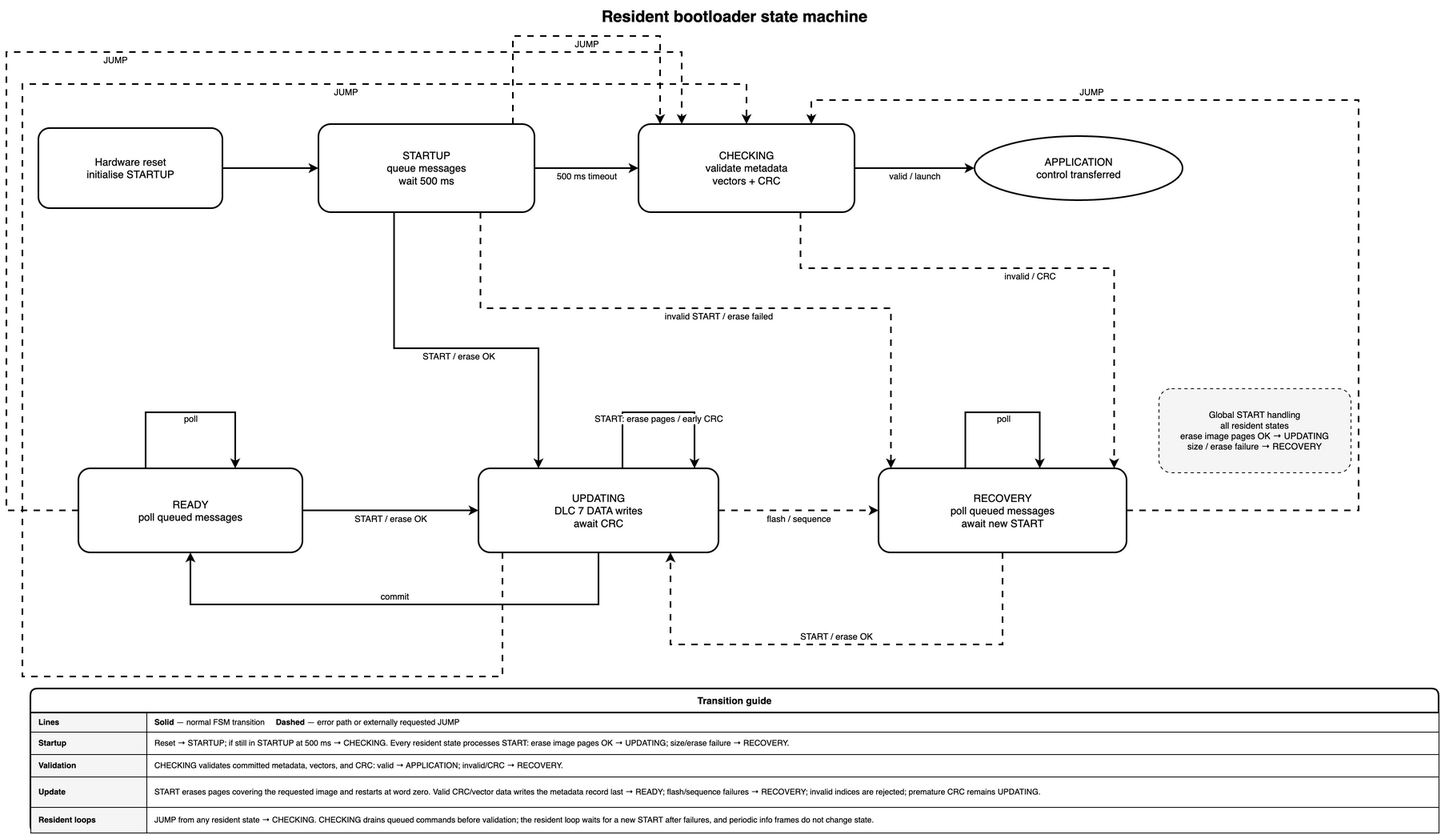
This is firmware/source/bootloader/bootloader_state_machine.drawio.png from PurdueElectricRacing/monorepo, a draw.io export, as it was before one commit. Source tidied: cells renumbered, new cells last; positions are measured from the earlier drawing's top-left corner, leaving out a move shared by most shapes.
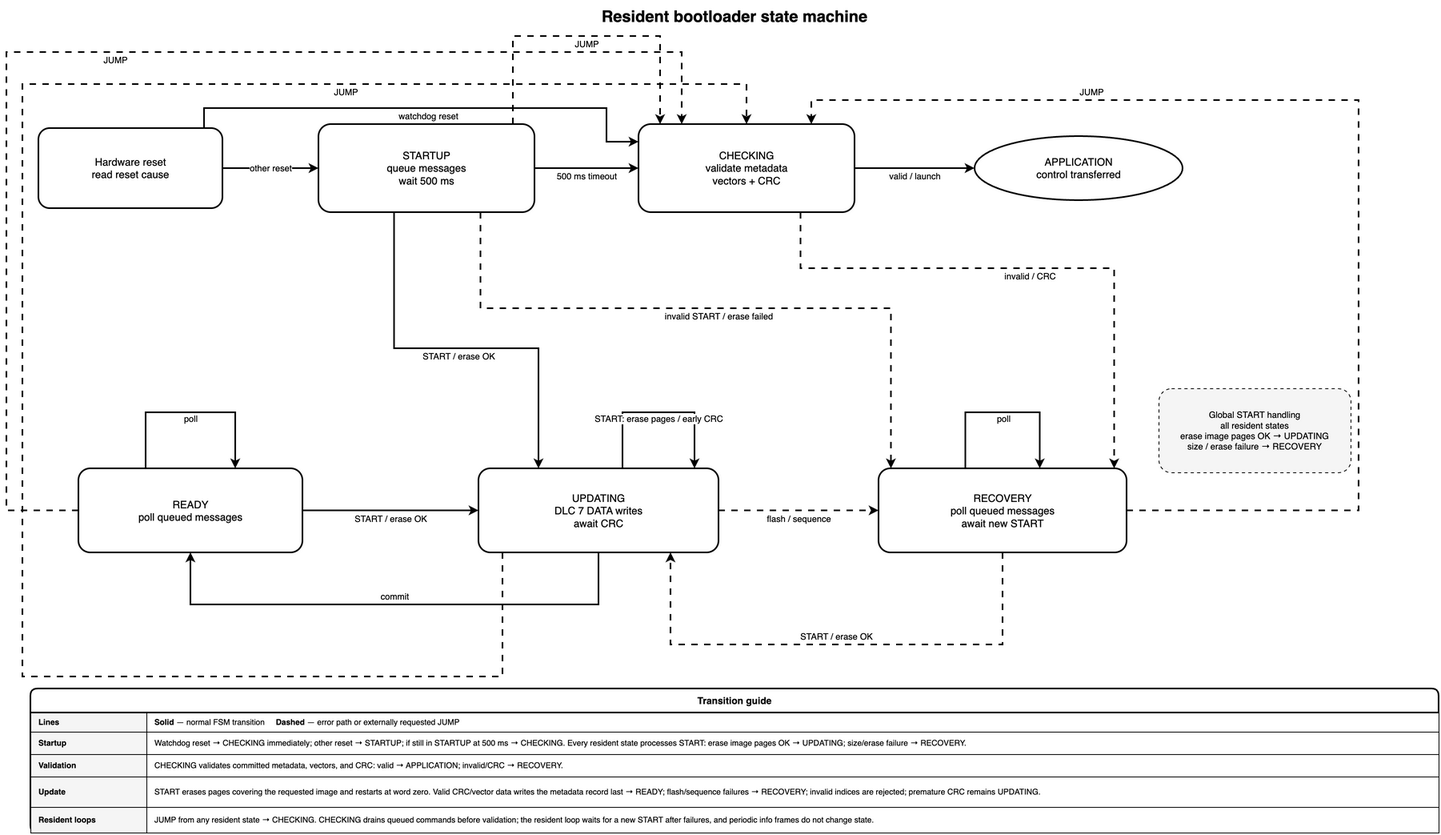
The same diagram one commit later.

Commit message:
Boot applications immediately after watchdog resets

Change to the diagram source:
```diff
@@ -5,7 +5,7 @@
     <mxCell id="2" value="Resident bootloader state machine" style="text;html=1;whiteSpace=wrap;align=center;verticalAlign=middle;fontSize=20;fontStyle=1;" parent="1" vertex="1">
       <mxGeometry x="550" width="720" height="40" as="geometry" />
     </mxCell>
-    <mxCell id="3" value="Hardware reset&lt;br&gt;initialise STARTUP" style="rounded=1;whiteSpace=wrap;html=1;fontSize=13;strokeWidth=2;arcSize=14;" parent="1" vertex="1">
+    <mxCell id="3" value="Hardware reset&lt;br&gt;read reset cause" style="rounded=1;whiteSpace=wrap;html=1;fontSize=13;strokeWidth=2;arcSize=14;" parent="1" vertex="1">
       <mxGeometry x="40" y="160" width="230" height="100" as="geometry" />
     </mxCell>
     <mxCell id="4" value="STARTUP&lt;br&gt;queue messages&lt;br&gt;wait 500 ms" style="rounded=1;whiteSpace=wrap;html=1;fontSize=13;strokeWidth=2;arcSize=14;" parent="1" vertex="1">
@@ -29,9 +29,18 @@
     <mxCell id="10" value="Global START handling&lt;br&gt;all resident states&lt;br&gt;erase image pages OK → UPDATING&lt;br&gt;size / erase failure → RECOVERY" style="rounded=1;whiteSpace=wrap;html=1;fontSize=11;strokeWidth=1;dashed=1;dashPattern=4 4;fillColor=#f5f5f5;" parent="1" vertex="1">
       <mxGeometry x="1440" y="485" width="240" height="105" as="geometry" />
     </mxCell>
-    <mxCell id="11" style="edgeStyle=orthogonalEdgeStyle;rounded=0;jettySize=18;html=1;endArrow=classic;endFill=1;fontSize=11;strokeWidth=2;labelBackgroundColor=#ffffff;" parent="1" edge="1" source="3" target="4">
+    <mxCell id="11" value="other reset" style="edgeStyle=orthogonalEdgeStyle;rounded=0;jettySize=18;html=1;endArrow=classic;endFill=1;fontSize=11;strokeWidth=2;labelBackgroundColor=#ffffff;" parent="1" edge="1" source="3" target="4">
       <mxGeometry relative="1" as="geometry" />
     </mxCell>
+    <mxCell id="39" value="watchdog reset" style="edgeStyle=orthogonalEdgeStyle;rounded=0;jettySize=18;html=1;endArrow=classic;endFill=1;fontSize=11;strokeWidth=2;labelBackgroundColor=#ffffff;exitX=0.9;exitY=0;entryX=0;entryY=0.2;" parent="1" edge="1" source="3" target="5">
+      <mxGeometry y="-10" relative="1" as="geometry">
+        <Array as="points">
+          <mxPoint x="247" y="135" />
+          <mxPoint x="750" y="135" />
+          <mxPoint x="750" y="177" />
+        </Array>
+      </mxGeometry>
+    </mxCell>
     <mxCell id="12" value="500 ms timeout" style="edgeStyle=orthogonalEdgeStyle;rounded=0;jettySize=18;html=1;endArrow=classic;endFill=1;fontSize=11;strokeWidth=2;labelBackgroundColor=#ffffff;" parent="1" edge="1" source="4" target="5">
       <mxGeometry y="-10" relative="1" as="geometry" />
     </mxCell>
@@ -156,7 +165,7 @@
     <mxCell id="31" value="Startup" style="rounded=0;whiteSpace=wrap;html=1;fontSize=10;fontStyle=1;align=left;verticalAlign=middle;spacingLeft=8;strokeWidth=1;fillColor=#f5f5f5;" parent="28" vertex="1">
       <mxGeometry y="54" width="145" height="28" as="geometry" />
     </mxCell>
-    <mxCell id="32" value="Reset → STARTUP; if still in STARTUP at 500 ms → CHECKING. Every resident state processes START: erase image pages OK → UPDATING; size/erase failure → RECOVERY." style="rounded=0;whiteSpace=wrap;html=1;fontSize=10;align=left;verticalAlign=middle;spacingLeft=8;spacingRight=8;strokeWidth=1;" parent="28" vertex="1">
+    <mxCell id="32" value="Watchdog reset → CHECKING immediately; other reset → STARTUP; if still in STARTUP at 500 ms → CHECKING. Every resident state processes START: erase image pages OK → UPDATING; size/erase failure → RECOVERY." style="rounded=0;whiteSpace=wrap;html=1;fontSize=10;align=left;verticalAlign=middle;spacingLeft=8;spacingRight=8;strokeWidth=1;" parent="28" vertex="1">
       <mxGeometry x="145" y="54" width="1615" height="28" as="geometry" />
     </mxCell>
     <mxCell id="33" value="Validation" style="rounded=0;whiteSpace=wrap;html=1;fontSize=10;fontStyle=1;align=left;verticalAlign=middle;spacingLeft=8;strokeWidth=1;fillColor=#f5f5f5;" parent="28" vertex="1">
```
